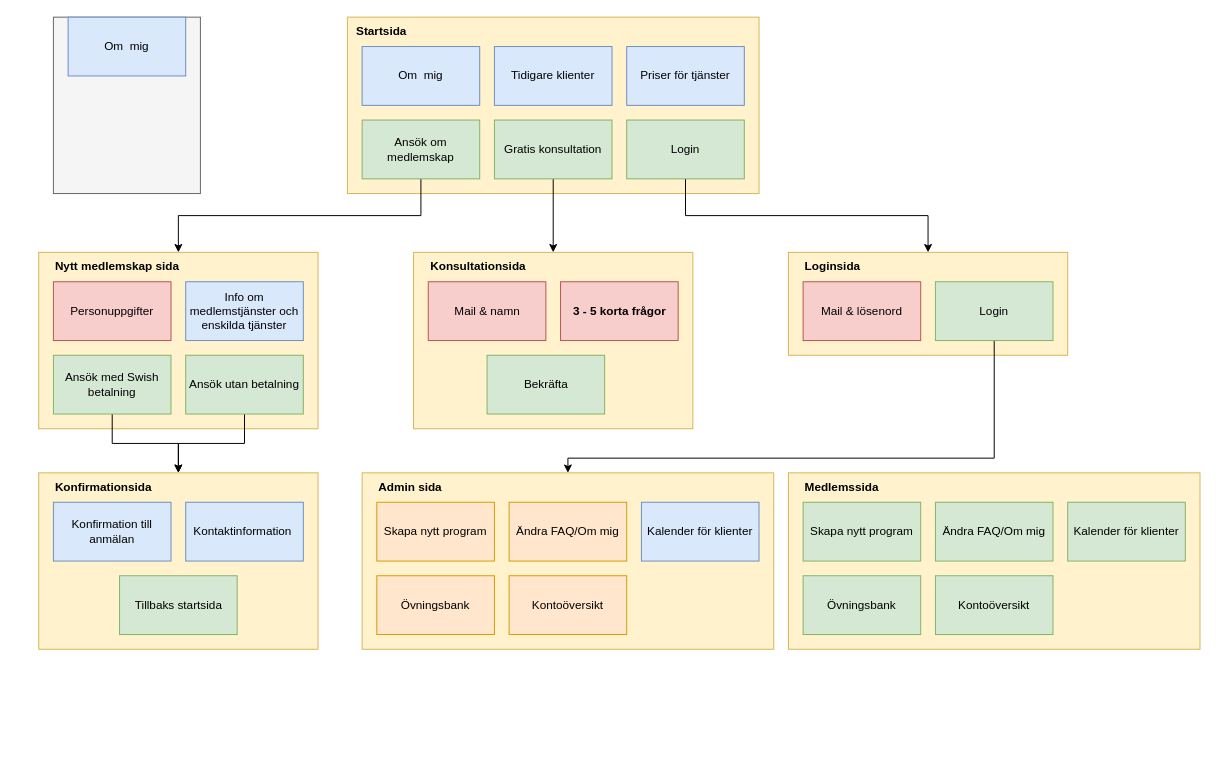
Before: Systemanatomi.drawio in jesperjen98/PT---Webbapplikation, a draw.io diagram. Source tidied: cells renumbered, new cells numbered last; positions are measured from the earlier drawing's top-left corner, leaving out a move shared by most shapes. Both pictures are drawn from the tidied source at 98%, with x=0, y=0 at pixel (38, 17).
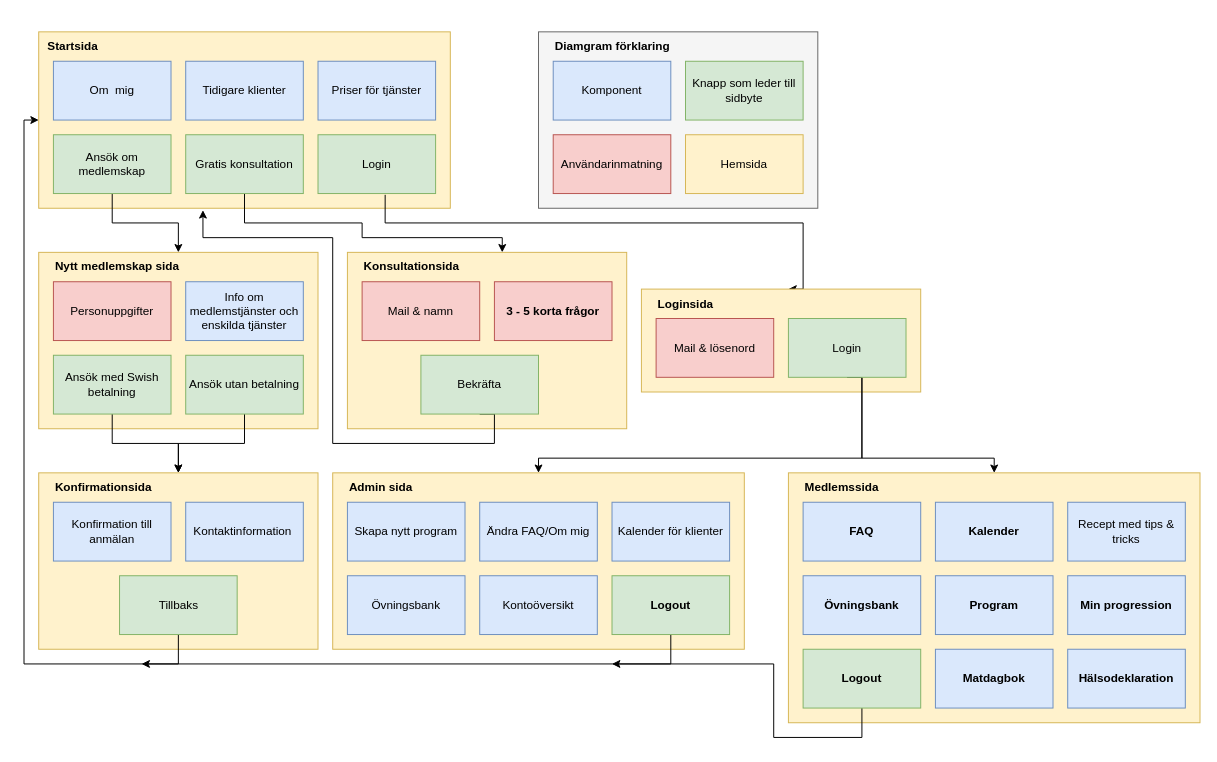
After the change.

The edit, as a diff of the source:
```diff
@@
     <mxCell id="3" style="rounded=0;whiteSpace=wrap;html=1;fillColor=#fff2cc;strokeColor=#d6b656;" parent="1" vertex="1">
-      <mxGeometry x="315" width="420" height="180" as="geometry" />
+      <mxGeometry y="15" width="420" height="180" as="geometry" />
     </mxCell>
     <mxCell id="4" value="Om&amp;nbsp; mig" style="rounded=0;whiteSpace=wrap;html=1;fillColor=#dae8fc;strokeColor=#6c8ebf;" parent="1" vertex="1">
-      <mxGeometry x="330" y="30" width="120" height="60" as="geometry" />
+      <mxGeometry x="15" y="45" width="120" height="60" as="geometry" />
     </mxCell>
     <mxCell id="5" value="Priser för tjänster" style="rounded=0;whiteSpace=wrap;html=1;fillColor=#dae8fc;strokeColor=#6c8ebf;" parent="1" vertex="1">
-      <mxGeometry x="600" y="30" width="120" height="60" as="geometry" />
+      <mxGeometry x="285" y="45" width="120" height="60" as="geometry" />
     </mxCell>
     <mxCell id="6" value="Tidigare klienter" style="rounded=0;whiteSpace=wrap;html=1;fillColor=#dae8fc;strokeColor=#6c8ebf;" parent="1" vertex="1">
-      <mxGeometry x="465" y="30" width="120" height="60" as="geometry" />
+      <mxGeometry x="150" y="45" width="120" height="60" as="geometry" />
     </mxCell>
@@
     <mxCell id="8" value="Ansök om medlemskap" style="rounded=0;whiteSpace=wrap;html=1;fillColor=#d5e8d4;strokeColor=#82b366;" parent="1" vertex="1">
-      <mxGeometry x="330" y="105" width="120" height="60" as="geometry" />
+      <mxGeometry x="15" y="120" width="120" height="60" as="geometry" />
     </mxCell>
     <mxCell id="9" style="edgeStyle=orthogonalEdgeStyle;rounded=0;jettySize=auto;html=1;exitX=0.5;exitY=1;exitDx=0;exitDy=0;" parent="1" edge="1" source="10" target="26">
-      <mxGeometry relative="1" as="geometry" />
+      <mxGeometry relative="1" as="geometry">
+        <Array as="points">
+          <mxPoint x="210" y="210" />
+          <mxPoint x="330" y="210" />
+          <mxPoint x="330" y="225" />
+          <mxPoint x="473" y="225" />
+        </Array>
+      </mxGeometry>
     </mxCell>
     <mxCell id="10" value="Gratis konsultation" style="rounded=0;whiteSpace=wrap;html=1;fillColor=#d5e8d4;strokeColor=#82b366;" parent="1" vertex="1">
-      <mxGeometry x="465" y="105" width="120" height="60" as="geometry" />
+      <mxGeometry x="150" y="120" width="120" height="60" as="geometry" />
     </mxCell>
-    <mxCell id="11" style="edgeStyle=orthogonalEdgeStyle;rounded=0;jettySize=auto;html=1;exitX=0.5;exitY=1;exitDx=0;exitDy=0;" parent="1" edge="1" source="12" target="31">
-      <mxGeometry relative="1" as="geometry" />
-    </mxCell>
+    <mxCell id="52" style="edgeStyle=orthogonalEdgeStyle;rounded=0;jettySize=auto;html=1;exitX=0.571;exitY=1.022;exitDx=0;exitDy=0;entryX=0.75;entryY=0;entryDx=0;entryDy=0;exitPerimeter=0;" parent="1" edge="1" source="12" target="35">
+      <mxGeometry relative="1" as="geometry">
+        <Array as="points">
+          <mxPoint x="354" y="210" />
+          <mxPoint x="780" y="210" />
+        </Array>
+      </mxGeometry>
+    </mxCell>
     <mxCell id="12" value="Login" style="rounded=0;whiteSpace=wrap;html=1;fillColor=#d5e8d4;strokeColor=#82b366;" parent="1" vertex="1">
-      <mxGeometry x="600" y="105" width="120" height="60" as="geometry" />
+      <mxGeometry x="285" y="120" width="120" height="60" as="geometry" />
     </mxCell>
@@
     <mxCell id="19" value="&lt;b&gt;Startsida&lt;/b&gt;" style="text;html=1;strokeColor=none;fillColor=none;align=center;verticalAlign=middle;whiteSpace=wrap;rounded=0;" parent="1" vertex="1">
-      <mxGeometry x="330" width="40" height="30" as="geometry" />
+      <mxGeometry x="15" y="15" width="40" height="30" as="geometry" />
     </mxCell>
@@
+    <mxCell id="53" style="edgeStyle=orthogonalEdgeStyle;rounded=0;jettySize=auto;html=1;exitX=0.5;exitY=1;exitDx=0;exitDy=0;entryX=0;entryY=0.5;entryDx=0;entryDy=0;" parent="1" edge="1" source="22" target="3">
+      <mxGeometry relative="1" as="geometry">
+        <Array as="points">
+          <mxPoint x="143" y="660" />
+          <mxPoint x="-15" y="660" />
+          <mxPoint x="-15" y="105" />
+        </Array>
+      </mxGeometry>
+    </mxCell>
-    <mxCell id="22" value="Tillbaks startsida" style="rounded=0;whiteSpace=wrap;html=1;fillColor=#d5e8d4;strokeColor=#82b366;" parent="1" vertex="1">
+    <mxCell id="22" value="Tillbaks" style="rounded=0;whiteSpace=wrap;html=1;fillColor=#d5e8d4;strokeColor=#82b366;" parent="1" vertex="1">
       <mxGeometry x="82.5" y="570" width="120" height="60" as="geometry" />
     </mxCell>
@@
     <mxCell id="26" style="rounded=0;whiteSpace=wrap;html=1;fillColor=#fff2cc;strokeColor=#d6b656;" parent="1" vertex="1">
-      <mxGeometry x="382.5" y="240" width="285" height="180" as="geometry" />
+      <mxGeometry x="315" y="240" width="285" height="180" as="geometry" />
     </mxCell>
     <mxCell id="27" value="Mail &amp;amp; namn" style="rounded=0;whiteSpace=wrap;html=1;fillColor=#f8cecc;strokeColor=#b85450;" parent="1" vertex="1">
-      <mxGeometry x="397.5" y="270" width="120" height="60" as="geometry" />
+      <mxGeometry x="330" y="270" width="120" height="60" as="geometry" />
     </mxCell>
+    <mxCell id="54" style="edgeStyle=orthogonalEdgeStyle;rounded=0;jettySize=auto;html=1;exitX=0.5;exitY=1;exitDx=0;exitDy=0;entryX=0.399;entryY=1.011;entryDx=0;entryDy=0;entryPerimeter=0;" parent="1" edge="1" source="28" target="3">
+      <mxGeometry relative="1" as="geometry">
+        <Array as="points">
+          <mxPoint x="465" y="435" />
+          <mxPoint x="300" y="435" />
+          <mxPoint x="300" y="225" />
+          <mxPoint x="168" y="225" />
+        </Array>
+      </mxGeometry>
+    </mxCell>
     <mxCell id="28" value="Bekräfta" style="rounded=0;whiteSpace=wrap;html=1;fillColor=#d5e8d4;strokeColor=#82b366;" parent="1" vertex="1">
-      <mxGeometry x="457.5" y="345" width="120" height="60" as="geometry" />
+      <mxGeometry x="390" y="345" width="120" height="60" as="geometry" />
     </mxCell>
     <mxCell id="29" value="&lt;b&gt;Konsultationsida&lt;/b&gt;" style="text;html=1;strokeColor=none;fillColor=none;align=left;verticalAlign=middle;whiteSpace=wrap;rounded=0;" parent="1" vertex="1">
-      <mxGeometry x="397.5" y="240" width="180" height="30" as="geometry" />
+      <mxGeometry x="330" y="240" width="180" height="30" as="geometry" />
     </mxCell>
     <mxCell id="30" value="&lt;b&gt;3 - 5 korta frågor&lt;/b&gt;" style="rounded=0;whiteSpace=wrap;html=1;fillColor=#f8cecc;strokeColor=#b85450;" parent="1" vertex="1">
-      <mxGeometry x="532.5" y="270" width="120" height="60" as="geometry" />
+      <mxGeometry x="465" y="270" width="120" height="60" as="geometry" />
     </mxCell>
     <mxCell id="31" style="rounded=0;whiteSpace=wrap;html=1;fillColor=#fff2cc;strokeColor=#d6b656;" parent="1" vertex="1">
-      <mxGeometry x="765" y="240" width="285" height="105" as="geometry" />
+      <mxGeometry x="615" y="277.5" width="285" height="105" as="geometry" />
     </mxCell>
     <mxCell id="32" value="Mail &amp;amp; lösenord" style="rounded=0;whiteSpace=wrap;html=1;fillColor=#f8cecc;strokeColor=#b85450;" parent="1" vertex="1">
-      <mxGeometry x="780" y="270" width="120" height="60" as="geometry" />
+      <mxGeometry x="630" y="307.5" width="120" height="60" as="geometry" />
     </mxCell>
     <mxCell id="33" style="edgeStyle=orthogonalEdgeStyle;rounded=0;jettySize=auto;html=1;exitX=0.5;exitY=1;exitDx=0;exitDy=0;" parent="1" edge="1" source="34" target="36">
       <mxGeometry relative="1" as="geometry">
         <Array as="points">
-          <mxPoint x="975" y="450" />
-          <mxPoint x="540" y="450" />
+          <mxPoint x="840" y="450" />
+          <mxPoint x="510" y="450" />
         </Array>
       </mxGeometry>
     </mxCell>
+    <mxCell id="55" style="edgeStyle=orthogonalEdgeStyle;rounded=0;jettySize=auto;html=1;exitX=0.5;exitY=1;exitDx=0;exitDy=0;" parent="1" edge="1" source="34" target="43">
+      <mxGeometry relative="1" as="geometry">
+        <Array as="points">
+          <mxPoint x="840" y="450" />
+          <mxPoint x="975" y="450" />
+        </Array>
+      </mxGeometry>
+    </mxCell>
     <mxCell id="34" value="Login" style="rounded=0;whiteSpace=wrap;html=1;fillColor=#d5e8d4;strokeColor=#82b366;" parent="1" vertex="1">
-      <mxGeometry x="915" y="270" width="120" height="60" as="geometry" />
+      <mxGeometry x="765" y="307.5" width="120" height="60" as="geometry" />
     </mxCell>
     <mxCell id="35" value="&lt;b&gt;Loginsida&lt;br&gt;&lt;/b&gt;" style="text;html=1;strokeColor=none;fillColor=none;align=left;verticalAlign=middle;whiteSpace=wrap;rounded=0;" parent="1" vertex="1">
-      <mxGeometry x="780" y="240" width="180" height="30" as="geometry" />
+      <mxGeometry x="630" y="277.5" width="180" height="30" as="geometry" />
     </mxCell>
     <mxCell id="36" style="rounded=0;whiteSpace=wrap;html=1;fillColor=#fff2cc;strokeColor=#d6b656;" parent="1" vertex="1">
-      <mxGeometry x="330" y="465" width="420" height="180" as="geometry" />
+      <mxGeometry x="300" y="465" width="420" height="180" as="geometry" />
     </mxCell>
-    <mxCell id="37" value="Kontoöversikt" style="rounded=0;whiteSpace=wrap;html=1;fillColor=#ffe6cc;strokeColor=#d79b00;" parent="1" vertex="1">
-      <mxGeometry x="480" y="570" width="120" height="60" as="geometry" />
+    <mxCell id="37" value="Kontoöversikt" style="rounded=0;whiteSpace=wrap;html=1;fillColor=#dae8fc;strokeColor=#6c8ebf;" parent="1" vertex="1">
+      <mxGeometry x="450" y="570" width="120" height="60" as="geometry" />
     </mxCell>
     <mxCell id="38" value="&lt;b&gt;Admin sida&lt;br&gt;&lt;/b&gt;" style="text;html=1;strokeColor=none;fillColor=none;align=left;verticalAlign=middle;whiteSpace=wrap;rounded=0;" parent="1" vertex="1">
-      <mxGeometry x="345" y="465" width="180" height="30" as="geometry" />
+      <mxGeometry x="315" y="465" width="180" height="30" as="geometry" />
     </mxCell>
-    <mxCell id="39" value="Ändra FAQ/Om mig" style="rounded=0;whiteSpace=wrap;html=1;fillColor=#ffe6cc;strokeColor=#d79b00;" parent="1" vertex="1">
-      <mxGeometry x="480" y="495" width="120" height="60" as="geometry" />
+    <mxCell id="39" value="Ändra FAQ/Om mig" style="rounded=0;whiteSpace=wrap;html=1;fillColor=#dae8fc;strokeColor=#6c8ebf;" parent="1" vertex="1">
+      <mxGeometry x="450" y="495" width="120" height="60" as="geometry" />
     </mxCell>
-    <mxCell id="40" value="Skapa nytt program" style="rounded=0;whiteSpace=wrap;html=1;fillColor=#ffe6cc;strokeColor=#d79b00;" parent="1" vertex="1">
-      <mxGeometry x="345" y="495" width="120" height="60" as="geometry" />
+    <mxCell id="40" value="Skapa nytt program" style="rounded=0;whiteSpace=wrap;html=1;fillColor=#dae8fc;strokeColor=#6c8ebf;" parent="1" vertex="1">
+      <mxGeometry x="315" y="495" width="120" height="60" as="geometry" />
     </mxCell>
-    <mxCell id="41" value="Övningsbank" style="rounded=0;whiteSpace=wrap;html=1;fillColor=#ffe6cc;strokeColor=#d79b00;" parent="1" vertex="1">
-      <mxGeometry x="345" y="570" width="120" height="60" as="geometry" />
+    <mxCell id="41" value="Övningsbank" style="rounded=0;whiteSpace=wrap;html=1;fillColor=#dae8fc;strokeColor=#6c8ebf;" parent="1" vertex="1">
+      <mxGeometry x="315" y="570" width="120" height="60" as="geometry" />
     </mxCell>
     <mxCell id="42" value="Kalender för klienter" style="rounded=0;whiteSpace=wrap;html=1;fillColor=#dae8fc;strokeColor=#6c8ebf;" parent="1" vertex="1">
-      <mxGeometry x="615" y="495" width="120" height="60" as="geometry" />
+      <mxGeometry x="585" y="495" width="120" height="60" as="geometry" />
     </mxCell>
     <mxCell id="43" style="rounded=0;whiteSpace=wrap;html=1;fillColor=#fff2cc;strokeColor=#d6b656;" parent="1" vertex="1">
-      <mxGeometry x="765" y="465" width="420" height="180" as="geometry" />
+      <mxGeometry x="765" y="465" width="420" height="255" as="geometry" />
     </mxCell>
-    <mxCell id="44" value="Kontoöversikt" style="rounded=0;whiteSpace=wrap;html=1;fillColor=#d5e8d4;strokeColor=#82b366;" parent="1" vertex="1">
-      <mxGeometry x="915" y="570" width="120" height="60" as="geometry" />
-    </mxCell>
@@
-    <mxCell id="46" value="Ändra FAQ/Om mig" style="rounded=0;whiteSpace=wrap;html=1;fillColor=#d5e8d4;strokeColor=#82b366;" parent="1" vertex="1">
-      <mxGeometry x="915" y="495" width="120" height="60" as="geometry" />
+    <mxCell id="46" value="&lt;b&gt;FAQ&lt;/b&gt;" style="rounded=0;whiteSpace=wrap;html=1;fillColor=#dae8fc;strokeColor=#6c8ebf;" parent="1" vertex="1">
+      <mxGeometry x="780" y="495" width="120" height="60" as="geometry" />
     </mxCell>
-    <mxCell id="47" value="Skapa nytt program" style="rounded=0;whiteSpace=wrap;html=1;fillColor=#d5e8d4;strokeColor=#82b366;" parent="1" vertex="1">
-      <mxGeometry x="780" y="495" width="120" height="60" as="geometry" />
-    </mxCell>
-    <mxCell id="48" value="Övningsbank" style="rounded=0;whiteSpace=wrap;html=1;fillColor=#d5e8d4;strokeColor=#82b366;" parent="1" vertex="1">
+    <mxCell id="48" value="&lt;b&gt;Övningsbank&lt;/b&gt;" style="rounded=0;whiteSpace=wrap;html=1;fillColor=#dae8fc;strokeColor=#6c8ebf;" parent="1" vertex="1">
       <mxGeometry x="780" y="570" width="120" height="60" as="geometry" />
     </mxCell>
-    <mxCell id="49" value="Kalender för klienter" style="rounded=0;whiteSpace=wrap;html=1;fillColor=#d5e8d4;strokeColor=#82b366;" parent="1" vertex="1">
+    <mxCell id="49" value="Recept med tips &amp;amp; tricks" style="rounded=0;whiteSpace=wrap;html=1;fillColor=#dae8fc;strokeColor=#6c8ebf;" parent="1" vertex="1">
       <mxGeometry x="1050" y="495" width="120" height="60" as="geometry" />
     </mxCell>
     <mxCell id="50" style="rounded=0;whiteSpace=wrap;html=1;fillColor=#f5f5f5;strokeColor=#666666;fontColor=#333333;" parent="1" vertex="1">
-      <mxGeometry x="15" width="150" height="180" as="geometry" />
+      <mxGeometry x="510" y="15" width="285" height="180" as="geometry" />
     </mxCell>
-    <mxCell id="51" value="Om&amp;nbsp; mig" style="rounded=0;whiteSpace=wrap;html=1;fillColor=#dae8fc;strokeColor=#6c8ebf;" parent="1" vertex="1">
-      <mxGeometry x="30" width="120" height="60" as="geometry" />
+    <mxCell id="51" value="Komponent" style="rounded=0;whiteSpace=wrap;html=1;fillColor=#dae8fc;strokeColor=#6c8ebf;" parent="1" vertex="1">
+      <mxGeometry x="525" y="45" width="120" height="60" as="geometry" />
     </mxCell>
+    <mxCell id="56" value="Knapp som leder till sidbyte" style="rounded=0;whiteSpace=wrap;html=1;fillColor=#d5e8d4;strokeColor=#82b366;" parent="1" vertex="1">
+      <mxGeometry x="660" y="45" width="120" height="60" as="geometry" />
+    </mxCell>
+    <mxCell id="57" value="Användarinmatning" style="rounded=0;whiteSpace=wrap;html=1;fillColor=#f8cecc;strokeColor=#b85450;" parent="1" vertex="1">
+      <mxGeometry x="525" y="120" width="120" height="60" as="geometry" />
+    </mxCell>
+    <mxCell id="58" value="Hemsida" style="rounded=0;whiteSpace=wrap;html=1;fillColor=#fff2cc;strokeColor=#d6b656;" parent="1" vertex="1">
+      <mxGeometry x="660" y="120" width="120" height="60" as="geometry" />
+    </mxCell>
+    <mxCell id="59" value="&lt;b&gt;Diamgram förklaring&lt;/b&gt;" style="text;html=1;strokeColor=none;fillColor=none;align=left;verticalAlign=middle;whiteSpace=wrap;rounded=0;" parent="1" vertex="1">
+      <mxGeometry x="525" y="15" width="180" height="30" as="geometry" />
+    </mxCell>
+    <mxCell id="60" value="&lt;b&gt;Program&lt;/b&gt;" style="rounded=0;whiteSpace=wrap;html=1;fillColor=#dae8fc;strokeColor=#6c8ebf;" parent="1" vertex="1">
+      <mxGeometry x="915" y="570" width="120" height="60" as="geometry" />
+    </mxCell>
+    <mxCell id="61" value="&lt;b&gt;Min progression&lt;/b&gt;" style="rounded=0;whiteSpace=wrap;html=1;fillColor=#dae8fc;strokeColor=#6c8ebf;" parent="1" vertex="1">
+      <mxGeometry x="1050" y="570" width="120" height="60" as="geometry" />
+    </mxCell>
+    <mxCell id="62" value="&lt;b&gt;Hälsodeklaration&lt;/b&gt;" style="rounded=0;whiteSpace=wrap;html=1;fillColor=#dae8fc;strokeColor=#6c8ebf;" parent="1" vertex="1">
+      <mxGeometry x="1050" y="645" width="120" height="60" as="geometry" />
+    </mxCell>
+    <mxCell id="63" value="&lt;b&gt;Matdagbok&lt;/b&gt;" style="rounded=0;whiteSpace=wrap;html=1;fillColor=#dae8fc;strokeColor=#6c8ebf;" parent="1" vertex="1">
+      <mxGeometry x="915" y="645" width="120" height="60" as="geometry" />
+    </mxCell>
+    <mxCell id="64" value="&lt;b&gt;Kalender&lt;/b&gt;" style="rounded=0;whiteSpace=wrap;html=1;fillColor=#dae8fc;strokeColor=#6c8ebf;" parent="1" vertex="1">
+      <mxGeometry x="915" y="495" width="120" height="60" as="geometry" />
+    </mxCell>
+    <mxCell id="65" style="edgeStyle=orthogonalEdgeStyle;rounded=0;jettySize=auto;html=1;exitX=0.5;exitY=1;exitDx=0;exitDy=0;" parent="1" edge="1" source="66">
+      <mxGeometry relative="1" as="geometry">
+        <mxPoint x="105" y="660" as="targetPoint" />
+        <Array as="points">
+          <mxPoint x="645" y="660" />
+        </Array>
+      </mxGeometry>
+    </mxCell>
+    <mxCell id="66" value="&lt;b&gt;Logout&lt;/b&gt;" style="rounded=0;whiteSpace=wrap;html=1;fillColor=#d5e8d4;strokeColor=#82b366;" parent="1" vertex="1">
+      <mxGeometry x="585" y="570" width="120" height="60" as="geometry" />
+    </mxCell>
+    <mxCell id="67" style="edgeStyle=orthogonalEdgeStyle;rounded=0;jettySize=auto;html=1;exitX=0.5;exitY=1;exitDx=0;exitDy=0;" parent="1" edge="1" source="68">
+      <mxGeometry relative="1" as="geometry">
+        <mxPoint x="585" y="660" as="targetPoint" />
+        <Array as="points">
+          <mxPoint x="840" y="735" />
+          <mxPoint x="750" y="735" />
+          <mxPoint x="750" y="660" />
+        </Array>
+      </mxGeometry>
+    </mxCell>
+    <mxCell id="68" value="&lt;b&gt;Logout&lt;/b&gt;" style="rounded=0;whiteSpace=wrap;html=1;fillColor=#d5e8d4;strokeColor=#82b366;" parent="1" vertex="1">
+      <mxGeometry x="780" y="645" width="120" height="60" as="geometry" />
+    </mxCell>
```
